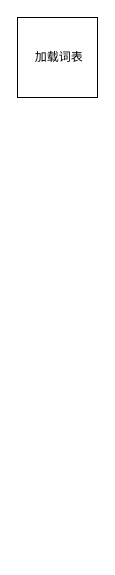
Before: word2vec执行流程.drawio in luluyouyue/faq, a draw.io diagram. Source tidied: cells renumbered, new cells numbered last; positions are measured from the earlier drawing's top-left corner, leaving out a move shared by most shapes. Both pictures are drawn from the tidied source at 100%, with x=0, y=0 at pixel (17, 17).
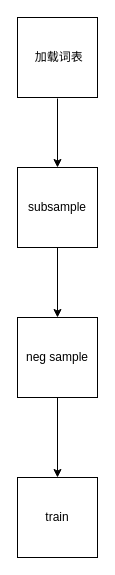
After the change.

What changed in the source:
```diff
@@
 <mxGraphModel>
   <root>
     <mxCell id="0" />
     <mxCell id="1" parent="0" />
     <mxCell id="2" value="&amp;nbsp;加载词表" style="whiteSpace=wrap;html=1;" parent="1" vertex="1">
       <mxGeometry width="80" height="80" as="geometry" />
     </mxCell>
+    <mxCell id="3" style="endArrow=classic;html=1;entryX=0.5;entryY=0;entryDx=0;entryDy=0;" parent="1" edge="1" target="4">
+      <mxGeometry relative="1" as="geometry">
+        <mxPoint x="40" y="81" as="sourcePoint" />
+      </mxGeometry>
+    </mxCell>
+    <mxCell id="4" value="subsample" style="whiteSpace=wrap;html=1;" parent="1" vertex="1">
+      <mxGeometry y="150" width="80" height="80" as="geometry" />
+    </mxCell>
+    <mxCell id="5" style="endArrow=classic;html=1;entryX=0.5;entryY=0;entryDx=0;entryDy=0;" parent="1" edge="1" target="6">
+      <mxGeometry relative="1" as="geometry">
+        <mxPoint x="40" y="230" as="sourcePoint" />
+      </mxGeometry>
+    </mxCell>
+    <mxCell id="6" value="neg sample" style="whiteSpace=wrap;html=1;" parent="1" vertex="1">
+      <mxGeometry y="300" width="80" height="80" as="geometry" />
+    </mxCell>
+    <mxCell id="7" value="train" style="whiteSpace=wrap;html=1;" parent="1" vertex="1">
+      <mxGeometry y="460" width="80" height="80" as="geometry" />
+    </mxCell>
+    <mxCell id="8" style="endArrow=classic;html=1;exitX=0.5;exitY=1;exitDx=0;exitDy=0;entryX=0.5;entryY=0;entryDx=0;entryDy=0;" parent="1" edge="1" source="6" target="7">
+      <mxGeometry relative="1" as="geometry" />
+    </mxCell>
   </root>
 </mxGraphModel>
```
